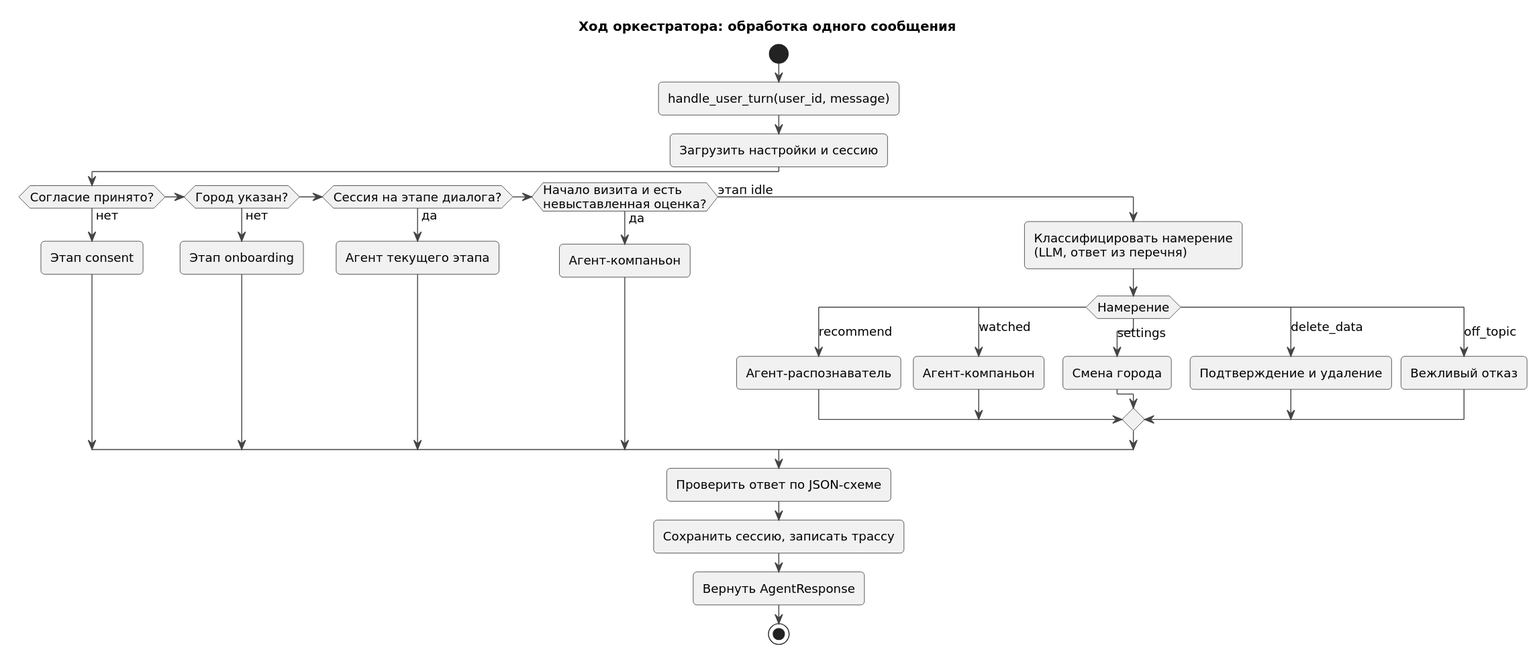
Earlier version of the PlantUML export documents/agents/diagrams/146-activity-turn.svg (ryDIEv/CineMatch).
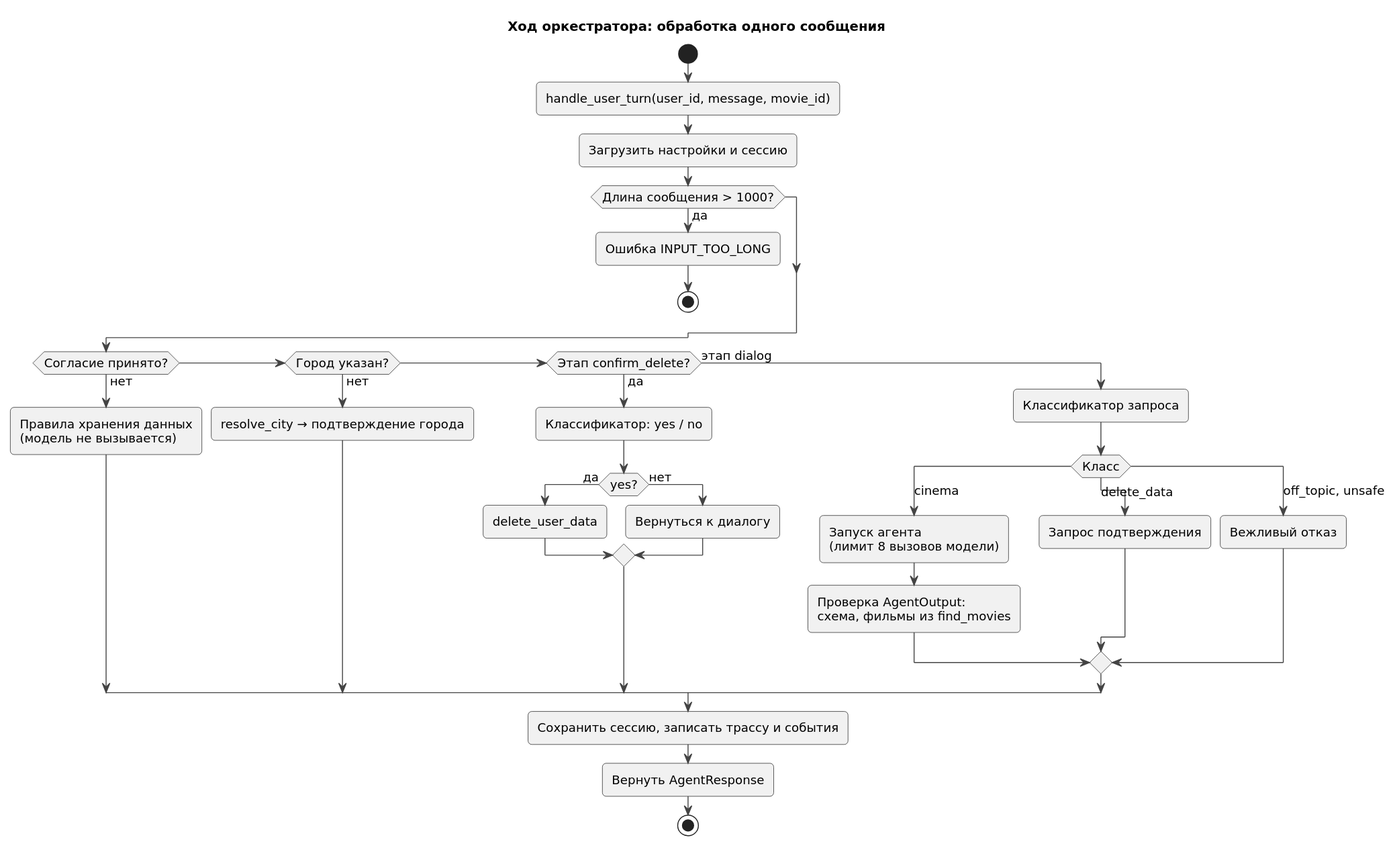
After the commit.

Change to the diagram source:
```diff
@@ -2,33 +2,36 @@
 !include _style.iuml
 title Ход оркестратора: обработка одного сообщения
 start
-:handle_user_turn(user_id, message);
+:handle_user_turn(user_id, message, movie_id);
 :Загрузить настройки и сессию;
+if (Длина сообщения > 1000?) then (да)
+  :Ошибка INPUT_TOO_LONG;
+  stop
+endif
 if (Согласие принято?) then (нет)
-  :Этап consent;
+  :Правила хранения данных\n(модель не вызывается);
 elseif (Город указан?) then (нет)
-  :Этап onboarding;
-elseif (Сессия на этапе диалога?) then (да)
-  :Агент текущего этапа;
-elseif (Начало визита и есть\nневыставленная оценка?) then (да)
-  :Агент-компаньон;
-else (этап idle)
-  :Классифицировать намерение\n(LLM, ответ из перечня);
-  switch (Намерение)
-  case (recommend)
-    :Агент-распознаватель;
-  case (watched)
-    :Агент-компаньон;
-  case (settings)
-    :Смена города;
+  :resolve_city → подтверждение города;
+elseif (Этап confirm_delete?) then (да)
+  :Классификатор: yes / no;
+  if (yes?) then (да)
+    :delete_user_data;
+  else (нет)
+    :Вернуться к диалогу;
+  endif
+else (этап dialog)
+  :Классификатор запроса;
+  switch (Класс)
+  case (cinema)
+    :Запуск агента\n(лимит 8 вызовов модели);
+    :Проверка AgentOutput:\nсхема, фильмы из find_movies;
   case (delete_data)
-    :Подтверждение и удаление;
-  case (off_topic)
+    :Запрос подтверждения;
+  case (off_topic, unsafe)
     :Вежливый отказ;
   endswitch
 endif
-:Проверить ответ по JSON-схеме;
-:Сохранить сессию, записать трассу;
+:Сохранить сессию, записать трассу и события;
 :Вернуть AgentResponse;
 stop
 @enduml
```
